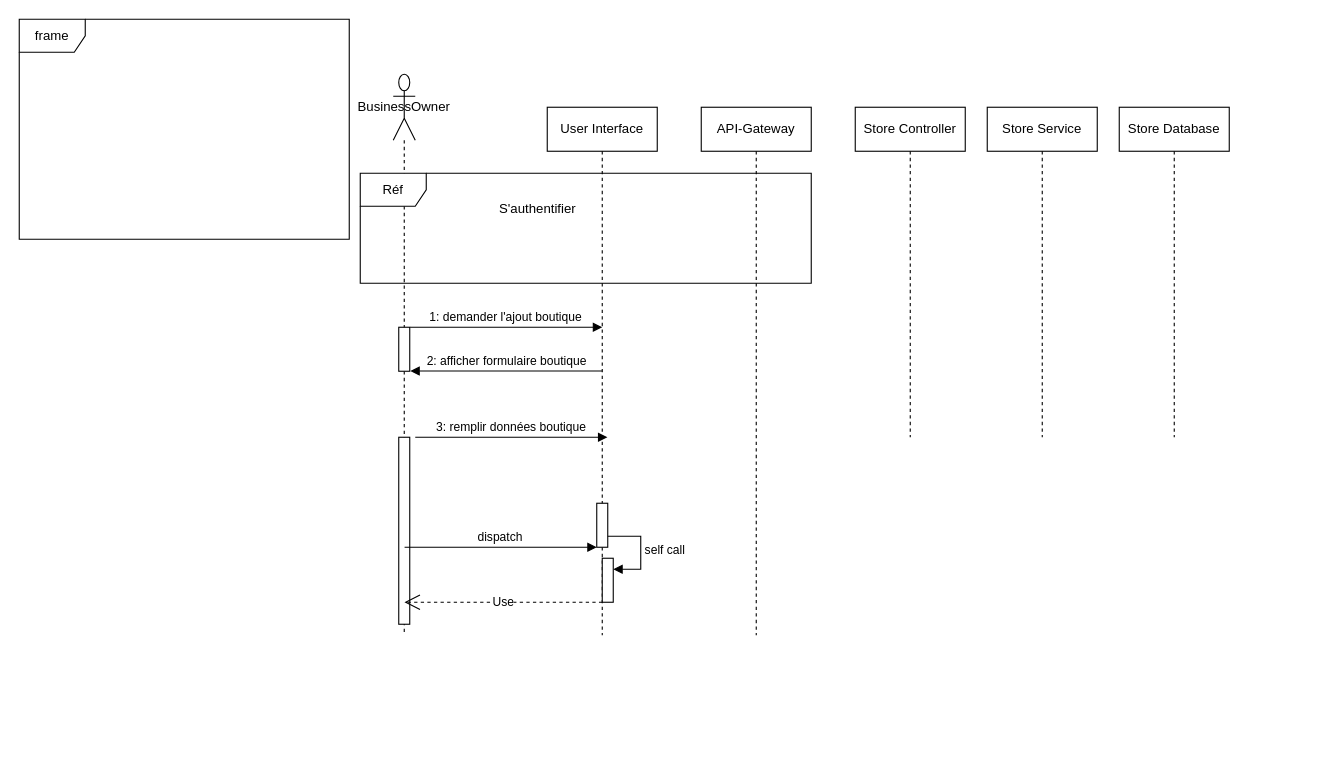
amine-elarass49/angular_doc keeps this draw.io diagram as ajouter-produit.drawio. Above is the earlier version. Source tidied: cells renumbered, new cells numbered last; positions are measured from the earlier drawing's top-left corner, leaving out a move shared by most shapes. Both pictures are drawn from the tidied source at 110%, with x=0, y=0 at pixel (19, 19).
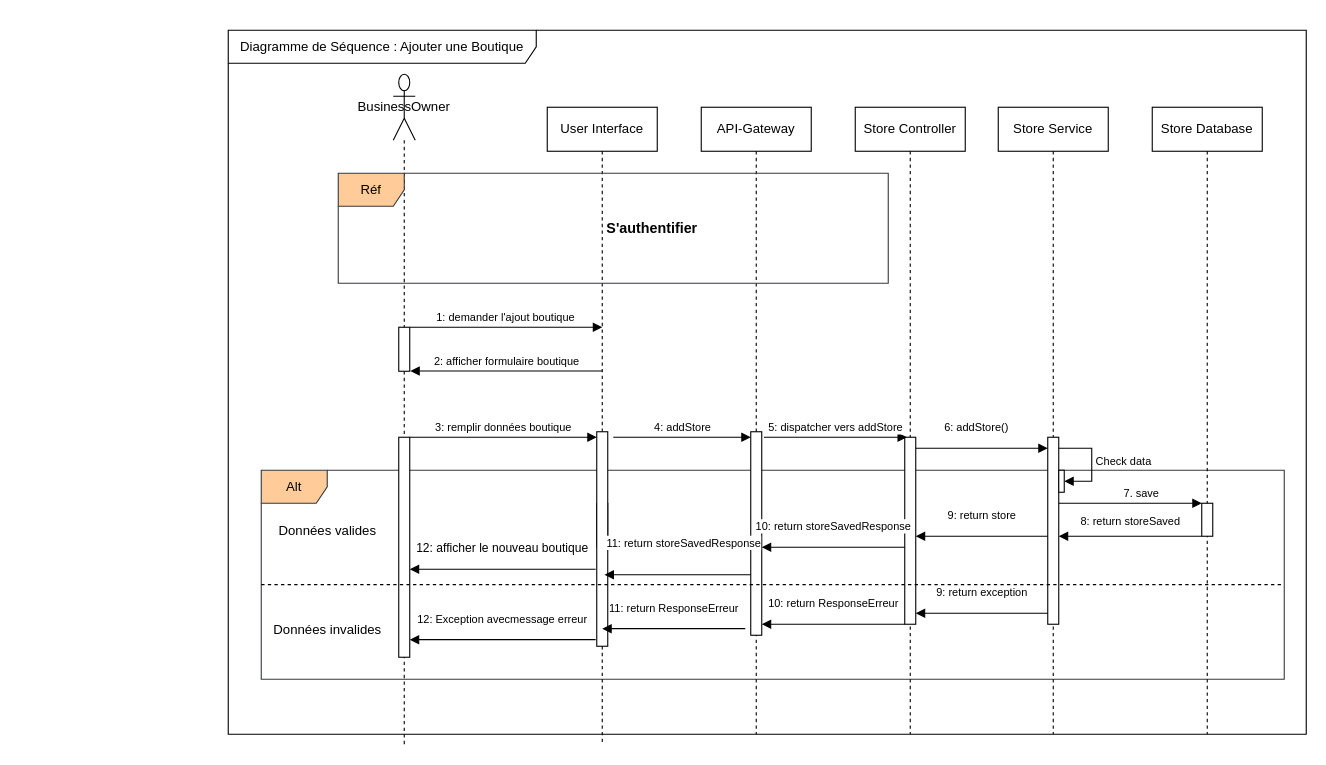
The same page after the edit.

The edit, as a diff of the source:
```diff
@@
-    <mxCell id="2" value="frame" style="shape=umlFrame;whiteSpace=wrap;html=1;" parent="1" vertex="1">
-      <mxGeometry width="300" height="200" as="geometry" />
+    <mxCell id="2" value="Alt" style="shape=umlFrame;whiteSpace=wrap;html=1;fillColor=#ffcc99;strokeColor=#36393d;" parent="1" vertex="1">
+      <mxGeometry x="220" y="410" width="930" height="190" as="geometry" />
     </mxCell>
     <mxCell id="3" value="BusinessOwner" style="shape=umlLifeline;perimeter=lifelinePerimeter;whiteSpace=wrap;html=1;newEdgeStyle={&quot;curved&quot;:0,&quot;rounded&quot;:0};participant=umlActor;size=60;" parent="1" vertex="1">
-      <mxGeometry x="340" y="50" width="20" height="510" as="geometry" />
+      <mxGeometry x="340" y="50" width="20" height="610" as="geometry" />
     </mxCell>
@@
     <mxCell id="5" style="html=1;points=[[0,0,0,0,5],[0,1,0,0,-5],[1,0,0,0,5],[1,1,0,0,-5]];perimeter=orthogonalPerimeter;outlineConnect=0;targetShapes=umlLifeline;portConstraint=eastwest;newEdgeStyle={&quot;curved&quot;:0,&quot;rounded&quot;:0};" parent="3" vertex="1">
-      <mxGeometry x="5" y="330" width="10" height="170" as="geometry" />
+      <mxGeometry x="5" y="330" width="10" height="200" as="geometry" />
     </mxCell>
     <mxCell id="6" value="User Interface" style="shape=umlLifeline;perimeter=lifelinePerimeter;whiteSpace=wrap;html=1;newEdgeStyle={&quot;curved&quot;:0,&quot;rounded&quot;:0};" parent="1" vertex="1">
-      <mxGeometry x="480" y="80" width="100" height="480" as="geometry" />
+      <mxGeometry x="480" y="80" width="100" height="580" as="geometry" />
     </mxCell>
@@
-    <mxCell id="8" style="html=1;points=[[0,0,0,0,5],[0,1,0,0,-5],[1,0,0,0,5],[1,1,0,0,-5]];perimeter=orthogonalPerimeter;outlineConnect=0;targetShapes=umlLifeline;portConstraint=eastwest;newEdgeStyle={&quot;curved&quot;:0,&quot;rounded&quot;:0};" parent="6" vertex="1">
-      <mxGeometry x="50" y="410" width="10" height="40" as="geometry" />
-    </mxCell>
-    <mxCell id="9" value="self call" style="html=1;align=left;spacingLeft=2;endArrow=block;rounded=0;edgeStyle=orthogonalEdgeStyle;curved=0;rounded=0;" parent="6" edge="1" target="8">
-      <mxGeometry relative="1" as="geometry">
-        <mxPoint x="55" y="390" as="sourcePoint" />
-        <Array as="points">
-          <mxPoint x="85" y="420" />
-        </Array>
-      </mxGeometry>
-    </mxCell>
-    <mxCell id="10" value="Use" style="endArrow=open;endSize=12;dashed=1;html=1;rounded=0;" parent="1" edge="1">
-      <mxGeometry relative="1" as="geometry">
-        <mxPoint x="530" y="530" as="sourcePoint" />
-        <mxPoint x="350.2" y="530" as="targetPoint" />
-      </mxGeometry>
-    </mxCell>
-    <mxCell id="11" value="dispatch" style="html=1;verticalAlign=bottom;endArrow=block;curved=0;rounded=0;" parent="1" edge="1">
-      <mxGeometry relative="1" as="geometry">
-        <mxPoint x="350.3" y="480" as="sourcePoint" />
-        <mxPoint x="525" y="480" as="targetPoint" />
-      </mxGeometry>
-    </mxCell>
+    <mxCell id="21" style="html=1;points=[[0,0,0,0,5],[0,1,0,0,-5],[1,0,0,0,5],[1,1,0,0,-5]];perimeter=orthogonalPerimeter;outlineConnect=0;targetShapes=umlLifeline;portConstraint=eastwest;newEdgeStyle={&quot;curved&quot;:0,&quot;rounded&quot;:0};" parent="6" vertex="1">
+      <mxGeometry x="45" y="295" width="10" height="195" as="geometry" />
+    </mxCell>
     <mxCell id="12" value="API-Gateway" style="shape=umlLifeline;perimeter=lifelinePerimeter;whiteSpace=wrap;html=1;newEdgeStyle={&quot;curved&quot;:0,&quot;rounded&quot;:0};" parent="1" vertex="1">
-      <mxGeometry x="620" y="80" width="100" height="480" as="geometry" />
+      <mxGeometry x="620" y="80" width="100" height="570" as="geometry" />
     </mxCell>
+    <mxCell id="22" style="html=1;points=[[0,0,0,0,5],[0,1,0,0,-5],[1,0,0,0,5],[1,1,0,0,-5]];perimeter=orthogonalPerimeter;outlineConnect=0;targetShapes=umlLifeline;portConstraint=eastwest;newEdgeStyle={&quot;curved&quot;:0,&quot;rounded&quot;:0};" parent="12" vertex="1">
+      <mxGeometry x="45" y="295" width="10" height="185" as="geometry" />
+    </mxCell>
     <mxCell id="13" value="Store Controller" style="shape=umlLifeline;perimeter=lifelinePerimeter;whiteSpace=wrap;html=1;newEdgeStyle={&quot;curved&quot;:0,&quot;rounded&quot;:0};" parent="1" vertex="1">
-      <mxGeometry x="760" y="80" width="100" height="300" as="geometry" />
+      <mxGeometry x="760" y="80" width="100" height="570" as="geometry" />
     </mxCell>
     <mxCell id="14" value="Store Service" style="shape=umlLifeline;perimeter=lifelinePerimeter;whiteSpace=wrap;html=1;newEdgeStyle={&quot;curved&quot;:0,&quot;rounded&quot;:0};" parent="1" vertex="1">
-      <mxGeometry x="880" y="80" width="100" height="300" as="geometry" />
+      <mxGeometry x="890" y="80" width="100" height="570" as="geometry" />
     </mxCell>
     <mxCell id="15" value="Store Database" style="shape=umlLifeline;perimeter=lifelinePerimeter;whiteSpace=wrap;html=1;newEdgeStyle={&quot;curved&quot;:0,&quot;rounded&quot;:0};" parent="1" vertex="1">
-      <mxGeometry x="1000" y="80" width="100" height="300" as="geometry" />
+      <mxGeometry x="1030" y="80" width="100" height="570" as="geometry" />
     </mxCell>
-    <mxCell id="16" value="Réf" style="shape=umlFrame;whiteSpace=wrap;html=1;" parent="1" vertex="1">
-      <mxGeometry x="310" y="140" width="410" height="100" as="geometry" />
+    <mxCell id="16" value="Réf" style="shape=umlFrame;whiteSpace=wrap;html=1;fillColor=#ffcc99;strokeColor=#36393d;" parent="1" vertex="1">
+      <mxGeometry x="290" y="140" width="500" height="100" as="geometry" />
     </mxCell>
-    <mxCell id="17" value="S'authentifier" style="text;html=1;align=center;verticalAlign=middle;strokeColor=none;fillColor=none;" parent="1" vertex="1">
-      <mxGeometry x="426" y="158" width="90" height="30" as="geometry" />
+    <mxCell id="17" value="&lt;b&gt;&lt;font style=&quot;font-size: 13px;&quot;&gt;S'authentifier&lt;/font&gt;&lt;/b&gt;" style="text;html=1;align=center;verticalAlign=middle;strokeColor=none;fillColor=none;" parent="1" vertex="1">
+      <mxGeometry x="520" y="175" width="110" height="30" as="geometry" />
     </mxCell>
-    <mxCell id="18" value="1: demander l'ajout boutique" style="html=1;verticalAlign=bottom;endArrow=block;curved=0;rounded=0;" parent="1" edge="1">
+    <mxCell id="18" value="&lt;font style=&quot;font-size: 10px;&quot;&gt;1: demander l'ajout boutique&lt;/font&gt;" style="html=1;verticalAlign=bottom;endArrow=block;curved=0;rounded=0;" parent="1" edge="1">
       <mxGeometry relative="1" as="geometry">
         <mxPoint x="355.3" y="280" as="sourcePoint" />
         <mxPoint x="530" y="280" as="targetPoint" />
       </mxGeometry>
     </mxCell>
-    <mxCell id="19" value="2: afficher formulaire boutique" style="html=1;verticalAlign=bottom;endArrow=block;curved=0;rounded=0;entryX=1;entryY=1;entryDx=0;entryDy=-5;entryPerimeter=0;" parent="1" edge="1">
+    <mxCell id="19" value="&lt;font style=&quot;font-size: 10px;&quot;&gt;2: afficher formulaire boutique&lt;/font&gt;" style="html=1;verticalAlign=bottom;endArrow=block;curved=0;rounded=0;entryX=1;entryY=1;entryDx=0;entryDy=-5;entryPerimeter=0;" parent="1" edge="1">
       <mxGeometry relative="1" as="geometry">
         <mxPoint x="530" y="319.8" as="sourcePoint" />
         <mxPoint x="355.5" y="319.8" as="targetPoint" />
       </mxGeometry>
     </mxCell>
-    <mxCell id="20" value="3: remplir données boutique" style="html=1;verticalAlign=bottom;endArrow=block;curved=0;rounded=0;" parent="1" edge="1">
-      <mxGeometry relative="1" as="geometry">
-        <mxPoint x="360" y="380" as="sourcePoint" />
-        <mxPoint x="534.7" y="380" as="targetPoint" />
-      </mxGeometry>
+    <mxCell id="20" value="&lt;font style=&quot;font-size: 10px;&quot;&gt;3: remplir données boutique&lt;/font&gt;" style="html=1;verticalAlign=bottom;endArrow=block;curved=0;rounded=0;entryX=0;entryY=0;entryDx=0;entryDy=5;entryPerimeter=0;" parent="1" edge="1" source="5" target="21">
+      <mxGeometry relative="1" as="geometry" />
     </mxCell>
+    <mxCell id="23" value="&lt;font style=&quot;font-size: 10px;&quot;&gt;4: addStore&lt;/font&gt;" style="html=1;verticalAlign=bottom;endArrow=block;curved=0;rounded=0;entryX=0;entryY=0;entryDx=0;entryDy=5;entryPerimeter=0;" parent="1" edge="1" target="22">
+      <mxGeometry relative="1" as="geometry">
+        <mxPoint x="540" y="380" as="sourcePoint" />
+      </mxGeometry>
+    </mxCell>
+    <mxCell id="24" style="html=1;points=[[0,0,0,0,5],[0,1,0,0,-5],[1,0,0,0,5],[1,1,0,0,-5]];perimeter=orthogonalPerimeter;outlineConnect=0;targetShapes=umlLifeline;portConstraint=eastwest;newEdgeStyle={&quot;curved&quot;:0,&quot;rounded&quot;:0};" parent="1" vertex="1">
+      <mxGeometry x="805" y="380" width="10" height="170" as="geometry" />
+    </mxCell>
+    <mxCell id="25" style="html=1;points=[[0,0,0,0,5],[0,1,0,0,-5],[1,0,0,0,5],[1,1,0,0,-5]];perimeter=orthogonalPerimeter;outlineConnect=0;targetShapes=umlLifeline;portConstraint=eastwest;newEdgeStyle={&quot;curved&quot;:0,&quot;rounded&quot;:0};" parent="1" vertex="1">
+      <mxGeometry x="935" y="380" width="10" height="170" as="geometry" />
+    </mxCell>
+    <mxCell id="26" value="&lt;font style=&quot;font-size: 10px;&quot;&gt;5: dispatcher vers addStore&lt;/font&gt;" style="html=1;verticalAlign=bottom;endArrow=block;curved=0;rounded=0;" parent="1" edge="1">
+      <mxGeometry relative="1" as="geometry">
+        <mxPoint x="677" y="380" as="sourcePoint" />
+        <mxPoint x="807" y="380" as="targetPoint" />
+      </mxGeometry>
+    </mxCell>
+    <mxCell id="27" value="&lt;font style=&quot;font-size: 10px;&quot;&gt;6: addStore()&lt;/font&gt;" style="html=1;verticalAlign=bottom;endArrow=block;curved=0;rounded=0;" parent="1" edge="1" source="24" target="25">
+      <mxGeometry x="-0.08" y="10" relative="1" as="geometry">
+        <Array as="points">
+          <mxPoint x="860" y="390" />
+        </Array>
+      </mxGeometry>
+    </mxCell>
+    <mxCell id="28" style="html=1;points=[[0,0,0,0,5],[0,1,0,0,-5],[1,0,0,0,5],[1,1,0,0,-5]];perimeter=orthogonalPerimeter;outlineConnect=0;targetShapes=umlLifeline;portConstraint=eastwest;newEdgeStyle={&quot;curved&quot;:0,&quot;rounded&quot;:0};" parent="1" vertex="1">
+      <mxGeometry x="1075" y="440" width="10" height="30" as="geometry" />
+    </mxCell>
+    <mxCell id="29" value="&lt;font style=&quot;font-size: 10px;&quot;&gt;Check data&lt;/font&gt;" style="html=1;align=left;spacingLeft=2;endArrow=block;rounded=0;edgeStyle=orthogonalEdgeStyle;curved=0;rounded=0;" parent="1" edge="1">
+      <mxGeometry x="-0.01" relative="1" as="geometry">
+        <mxPoint x="945" y="390" as="sourcePoint" />
+        <mxPoint x="950" y="420" as="targetPoint" />
+        <Array as="points">
+          <mxPoint x="975" y="420" />
+        </Array>
+      </mxGeometry>
+    </mxCell>
+    <mxCell id="30" style="html=1;perimeter=orthogonalPerimeter;targetShapes=umlLifeline;newEdgeStyle={&quot;curved&quot;:0,&quot;rounded&quot;:0};" parent="1" vertex="1">
+      <mxGeometry x="945" y="410" width="5" height="20" as="geometry" />
+    </mxCell>
+    <mxCell id="31" value="&lt;font style=&quot;font-size: 10px;&quot;&gt;7. save&lt;/font&gt;" style="html=1;verticalAlign=bottom;endArrow=block;rounded=0;" parent="1" edge="1" target="28">
+      <mxGeometry x="0.15" relative="1" as="geometry">
+        <mxPoint x="945" y="440" as="sourcePoint" />
+      </mxGeometry>
+    </mxCell>
+    <mxCell id="32" value="&lt;font style=&quot;font-size: 10px;&quot;&gt;8: return storeSaved&lt;/font&gt;" style="html=1;verticalAlign=bottom;endArrow=block;rounded=0;" parent="1" edge="1" source="28" target="25">
+      <mxGeometry y="-5" relative="1" as="geometry">
+        <Array as="points">
+          <mxPoint x="1040" y="470" />
+        </Array>
+      </mxGeometry>
+    </mxCell>
+    <mxCell id="33" value="&lt;font style=&quot;font-size: 10px;&quot;&gt;9: return store&lt;/font&gt;" style="html=1;verticalAlign=bottom;endArrow=block;rounded=0;" parent="1" edge="1" target="24">
+      <mxGeometry y="-10" relative="1" as="geometry">
+        <mxPoint x="935" y="470" as="sourcePoint" />
+      </mxGeometry>
+    </mxCell>
+    <mxCell id="34" value="&lt;font style=&quot;font-size: 10px;&quot;&gt;10: return storeSavedResponse&lt;/font&gt;" style="html=1;verticalAlign=bottom;endArrow=block;rounded=0;" parent="1" edge="1">
+      <mxGeometry y="-10" relative="1" as="geometry">
+        <mxPoint x="805" y="480" as="sourcePoint" />
+        <mxPoint x="675" y="480" as="targetPoint" />
+      </mxGeometry>
+    </mxCell>
+    <mxCell id="35" value="&lt;font style=&quot;font-size: 10px;&quot;&gt;11: return storeSavedResponse&lt;/font&gt;" style="html=1;verticalAlign=bottom;endArrow=block;rounded=0;entryX=0.705;entryY=0.667;entryDx=0;entryDy=0;entryPerimeter=0;" parent="1" edge="1" source="22" target="21">
+      <mxGeometry x="-0.08" y="-20" relative="1" as="geometry" />
+    </mxCell>
+    <mxCell id="36" value="12: afficher le nouveau boutique" style="html=1;verticalAlign=bottom;endArrow=block;rounded=0;" parent="1" edge="1" target="5">
+      <mxGeometry y="-10" relative="1" as="geometry">
+        <mxPoint x="524" y="500" as="sourcePoint" />
+      </mxGeometry>
+    </mxCell>
+    <mxCell id="37" value="Données valides" style="text;html=1;align=center;verticalAlign=middle;strokeColor=none;fillColor=none;" parent="1" vertex="1">
+      <mxGeometry x="225" y="450" width="110" height="30" as="geometry" />
+    </mxCell>
+    <mxCell id="38" value="Données invalides" style="text;html=1;align=center;verticalAlign=middle;strokeColor=none;fillColor=none;" parent="1" vertex="1">
+      <mxGeometry x="220" y="540" width="120" height="30" as="geometry" />
+    </mxCell>
+    <mxCell id="39" value="&lt;font style=&quot;font-size: 10px;&quot;&gt;9: return exception&lt;/font&gt;" style="html=1;verticalAlign=bottom;endArrow=block;rounded=0;" parent="1" edge="1">
+      <mxGeometry y="-10" relative="1" as="geometry">
+        <mxPoint x="935" y="540" as="sourcePoint" />
+        <mxPoint x="815" y="540" as="targetPoint" />
+      </mxGeometry>
+    </mxCell>
+    <mxCell id="40" value="&lt;font style=&quot;font-size: 10px;&quot;&gt;10: return ResponseErreur&lt;/font&gt;" style="html=1;verticalAlign=bottom;endArrow=block;rounded=0;" parent="1" edge="1">
+      <mxGeometry y="-10" relative="1" as="geometry">
+        <mxPoint x="805" y="550" as="sourcePoint" />
+        <mxPoint x="675" y="550" as="targetPoint" />
+      </mxGeometry>
+    </mxCell>
+    <mxCell id="41" value="&lt;font style=&quot;font-size: 10px;&quot;&gt;11: return ResponseErreur&lt;/font&gt;" style="html=1;verticalAlign=bottom;endArrow=block;rounded=0;" parent="1" edge="1">
+      <mxGeometry y="-10" relative="1" as="geometry">
+        <mxPoint x="660" y="554" as="sourcePoint" />
+        <mxPoint x="530" y="554" as="targetPoint" />
+      </mxGeometry>
+    </mxCell>
+    <mxCell id="42" value="&lt;font style=&quot;font-size: 10px;&quot;&gt;12: Exception avecmessage erreur&lt;/font&gt;" style="html=1;verticalAlign=bottom;endArrow=block;rounded=0;" parent="1" edge="1" target="5">
+      <mxGeometry y="-10" relative="1" as="geometry">
+        <mxPoint x="524" y="564" as="sourcePoint" />
+      </mxGeometry>
+    </mxCell>
+    <mxCell id="43" style="line;strokeWidth=1;fillColor=none;align=left;verticalAlign=middle;spacingTop=-1;spacingLeft=3;spacingRight=3;labelPosition=right;strokeColor=inherit;dashed=1;" parent="1" vertex="1">
+      <mxGeometry x="220" y="510" width="930" height="8" as="geometry" />
+    </mxCell>
+    <mxCell id="44" value="Diagramme de Séquence : Ajouter une Boutique" style="shape=umlFrame;whiteSpace=wrap;html=1;width=280;height=30;" parent="1" vertex="1">
+      <mxGeometry x="190" y="10" width="980" height="640" as="geometry" />
+    </mxCell>
```
